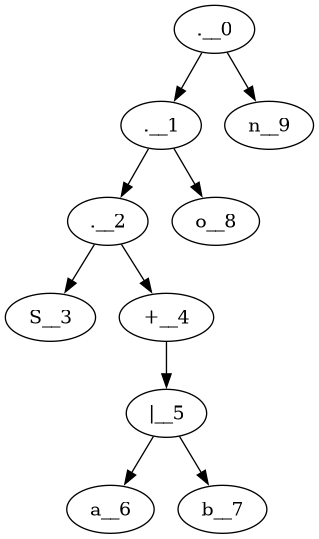
The Graphviz diagram arbre_syntaxique.png in Daniel-Sima/Clone-of-the-egrep-UNIX-command, before a commit. Its source is kept beside it as arbre_syntaxique.dot. The source it was exported from:
```dot
digraph {
	".__0"->".__1"
	".__1"->".__2"
	".__2"->S__3
	".__2"->"+__4"
	"+__4"->"|__5"
	"|__5"->a__6
	"|__5"->b__7
	".__1"->o__8
	".__0"->n__9
}
```
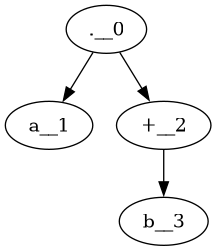
The same file after the commit.

What changed in the source:
```diff
@@ -1,11 +1,5 @@
 digraph {
-	".__0"->".__1"
-	".__1"->".__2"
-	".__2"->S__3
-	".__2"->"+__4"
-	"+__4"->"|__5"
-	"|__5"->a__6
-	"|__5"->b__7
-	".__1"->o__8
-	".__0"->n__9
+	".__0"->a__1
+	".__0"->"+__2"
+	"+__2"->b__3
 }
```
